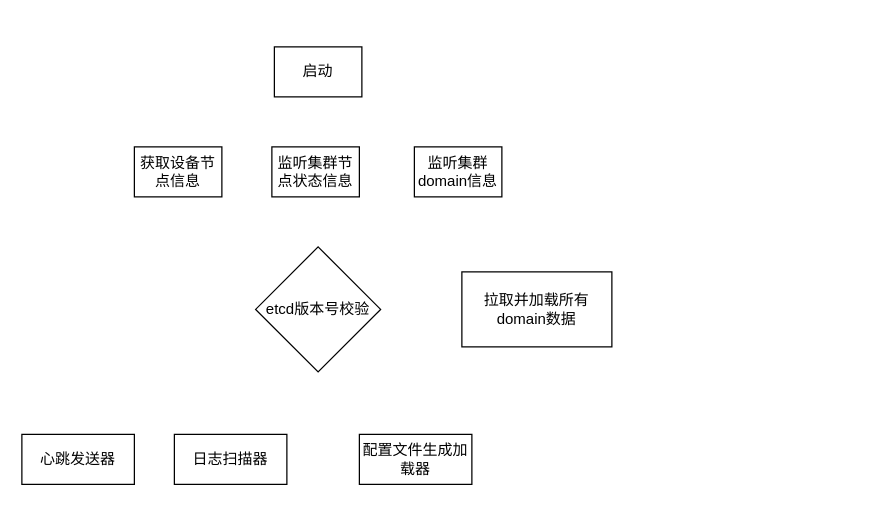
Above: agent.drawio in EricLi23/myitchat (draw.io), before the change. Source tidied: cells renumbered, new cells numbered last; positions are measured from the earlier drawing's top-left corner, leaving out a move shared by most shapes. Both pictures are drawn from the tidied source at 125%, with x=0, y=0 at pixel (21, 46).
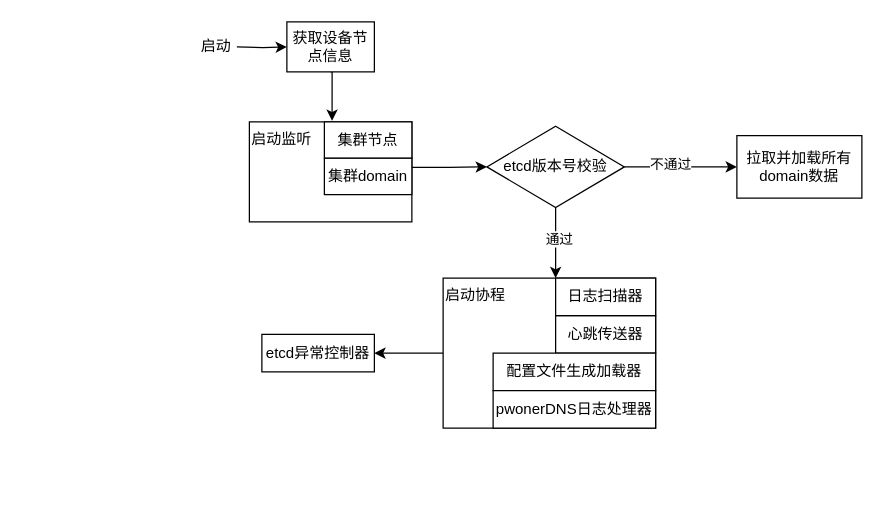
The same page after the edit.

Diff of the diagram source:
```diff
@@
-    <mxCell id="2" value="启动" style="rounded=0;whiteSpace=wrap;html=1;" parent="1" vertex="1">
-      <mxGeometry x="202" width="70" height="40" as="geometry" />
-    </mxCell>
+    <mxCell id="11" style="edgeStyle=orthogonalEdgeStyle;rounded=0;jettySize=auto;html=1;entryX=0;entryY=0.5;entryDx=0;entryDy=0;" parent="1" edge="1" target="3">
+      <mxGeometry relative="1" as="geometry">
+        <mxPoint x="172" as="sourcePoint" />
+      </mxGeometry>
+    </mxCell>
+    <mxCell id="12" style="edgeStyle=orthogonalEdgeStyle;rounded=0;jettySize=auto;html=1;exitX=0.5;exitY=1;exitDx=0;exitDy=0;entryX=0.088;entryY=-0.029;entryDx=0;entryDy=0;entryPerimeter=0;" parent="1" edge="1" source="3" target="4">
+      <mxGeometry relative="1" as="geometry" />
+    </mxCell>
     <mxCell id="3" value="获取设备节点信息" style="rounded=0;whiteSpace=wrap;html=1;" parent="1" vertex="1">
-      <mxGeometry x="90" y="80" width="70" height="40" as="geometry" />
+      <mxGeometry x="212" y="-20" width="70" height="40" as="geometry" />
     </mxCell>
+    <mxCell id="13" style="edgeStyle=orthogonalEdgeStyle;rounded=0;jettySize=auto;html=1;exitX=1;exitY=0.5;exitDx=0;exitDy=0;entryX=0;entryY=0.5;entryDx=0;entryDy=0;" parent="1" edge="1" source="6" target="7">
+      <mxGeometry relative="1" as="geometry" />
+    </mxCell>
+    <mxCell id="14" value="不通过" style="edgeLabel;html=1;align=center;verticalAlign=middle;" parent="13" vertex="1">
+      <mxGeometry x="-0.21" y="3" relative="1" as="geometry" />
+    </mxCell>
+    <mxCell id="15" style="edgeStyle=orthogonalEdgeStyle;rounded=0;jettySize=auto;html=1;entryX=0;entryY=0;entryDx=0;entryDy=0;" parent="1" edge="1" source="6" target="9">
+      <mxGeometry relative="1" as="geometry" />
+    </mxCell>
+    <mxCell id="16" value="通过" style="edgeLabel;html=1;align=center;verticalAlign=middle;" parent="15" vertex="1">
+      <mxGeometry x="-0.12" y="2" relative="1" as="geometry" />
+    </mxCell>
+    <mxCell id="6" value="etcd版本号校验" style="rhombus;whiteSpace=wrap;html=1;" parent="1" vertex="1">
+      <mxGeometry x="372" y="63.5" width="110" height="65" as="geometry" />
+    </mxCell>
+    <mxCell id="7" value="拉取并加载所有domain数据" style="whiteSpace=wrap;html=1;" parent="1" vertex="1">
+      <mxGeometry x="572" y="71" width="100" height="50" as="geometry" />
+    </mxCell>
+    <mxCell id="17" style="group;" parent="1" vertex="1">
+      <mxGeometry x="182" y="60" width="130" height="80" as="geometry" />
+    </mxCell>
+    <mxCell id="18" value="启动监听" style="whiteSpace=wrap;html=1;align=left;verticalAlign=top;" parent="17" vertex="1">
+      <mxGeometry width="130" height="80" as="geometry" />
+    </mxCell>
-    <mxCell id="4" value="监听集群节点状态信息" style="rounded=0;whiteSpace=wrap;html=1;" parent="1" vertex="1">
-      <mxGeometry x="200" y="80" width="70" height="40" as="geometry" />
+    <mxCell id="4" value="集群节点" style="rounded=0;whiteSpace=wrap;html=1;" parent="17" vertex="1">
+      <mxGeometry x="60" width="70" height="29.1" as="geometry" />
     </mxCell>
-    <mxCell id="5" value="监听集群domain信息" style="rounded=0;whiteSpace=wrap;html=1;" parent="1" vertex="1">
-      <mxGeometry x="314" y="80" width="70" height="40" as="geometry" />
+    <mxCell id="5" value="集群domain" style="rounded=0;whiteSpace=wrap;html=1;" parent="17" vertex="1">
+      <mxGeometry x="60" y="29.1" width="70" height="29.1" as="geometry" />
     </mxCell>
-    <mxCell id="6" value="etcd版本号校验" style="rhombus;whiteSpace=wrap;html=1;" parent="1" vertex="1">
-      <mxGeometry x="187" y="160" width="100" height="100" as="geometry" />
-    </mxCell>
-    <mxCell id="7" value="拉取并加载所有domain数据" style="whiteSpace=wrap;html=1;" parent="1" vertex="1">
-      <mxGeometry x="352" y="180" width="120" height="60" as="geometry" />
-    </mxCell>
+    <mxCell id="19" style="group;" parent="1" vertex="1">
+      <mxGeometry x="337" y="185" width="170" height="120" as="geometry" />
+    </mxCell>
+    <mxCell id="20" value="启动协程" style="whiteSpace=wrap;html=1;align=left;verticalAlign=top;" parent="19" vertex="1">
+      <mxGeometry width="170" height="120" as="geometry" />
+    </mxCell>
-    <mxCell id="8" value="心跳发送器" style="whiteSpace=wrap;html=1;" parent="1" vertex="1">
-      <mxGeometry y="310" width="90" height="40" as="geometry" />
+    <mxCell id="8" value="心跳传送器" style="whiteSpace=wrap;html=1;" parent="19" vertex="1">
+      <mxGeometry x="90" y="30" width="80" height="30" as="geometry" />
     </mxCell>
-    <mxCell id="9" value="日志扫描器" style="whiteSpace=wrap;html=1;" parent="1" vertex="1">
-      <mxGeometry x="122" y="310" width="90" height="40" as="geometry" />
+    <mxCell id="9" value="日志扫描器" style="whiteSpace=wrap;html=1;" parent="19" vertex="1">
+      <mxGeometry x="90" width="80" height="30" as="geometry" />
     </mxCell>
-    <mxCell id="10" value="配置文件生成加载器" style="whiteSpace=wrap;html=1;" parent="1" vertex="1">
-      <mxGeometry x="270" y="310" width="90" height="40" as="geometry" />
+    <mxCell id="10" value="配置文件生成加载器" style="whiteSpace=wrap;html=1;" parent="19" vertex="1">
+      <mxGeometry x="40" y="60" width="130" height="30" as="geometry" />
     </mxCell>
+    <mxCell id="21" value="pwonerDNS日志处理器" style="whiteSpace=wrap;html=1;" parent="19" vertex="1">
+      <mxGeometry x="40" y="90" width="130" height="30" as="geometry" />
+    </mxCell>
+    <mxCell id="22" style="edgeStyle=orthogonalEdgeStyle;rounded=0;jettySize=auto;html=1;exitX=1;exitY=0.25;exitDx=0;exitDy=0;entryX=0;entryY=0.5;entryDx=0;entryDy=0;" parent="1" edge="1" source="5" target="6">
+      <mxGeometry relative="1" as="geometry" />
+    </mxCell>
+    <mxCell id="23" value="etcd异常控制器" style="whiteSpace=wrap;html=1;" parent="1" vertex="1">
+      <mxGeometry x="192" y="230" width="90" height="30" as="geometry" />
+    </mxCell>
+    <mxCell id="24" style="edgeStyle=orthogonalEdgeStyle;rounded=0;jettySize=auto;html=1;exitX=0;exitY=0.5;exitDx=0;exitDy=0;entryX=1;entryY=0.5;entryDx=0;entryDy=0;" parent="1" edge="1" source="20" target="23">
+      <mxGeometry relative="1" as="geometry" />
+    </mxCell>
+    <mxCell id="2" value="启动" style="text;html=1;align=center;verticalAlign=middle;strokeColor=none;fillColor=none;" parent="1" vertex="1">
+      <mxGeometry x="130" y="-15" width="50" height="30" as="geometry" />
+    </mxCell>
```
